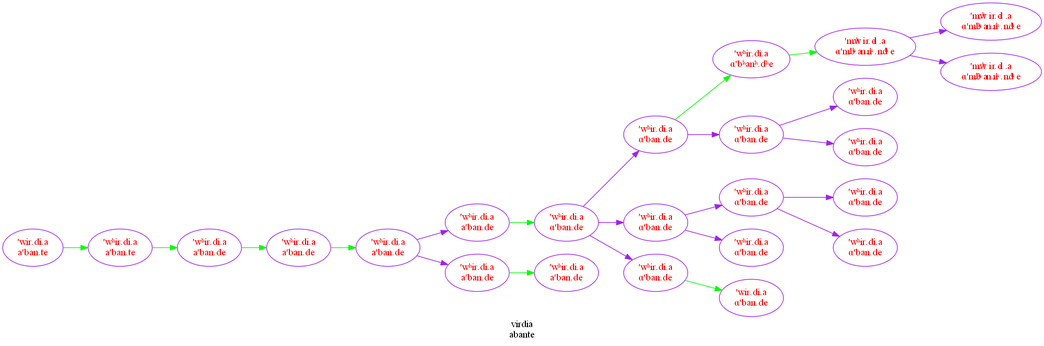
This is graphe.png from MathieuDehouck/Language_Evolution, a Graphviz export, as it was before one commit. Its source is kept beside it as graphe.dot.
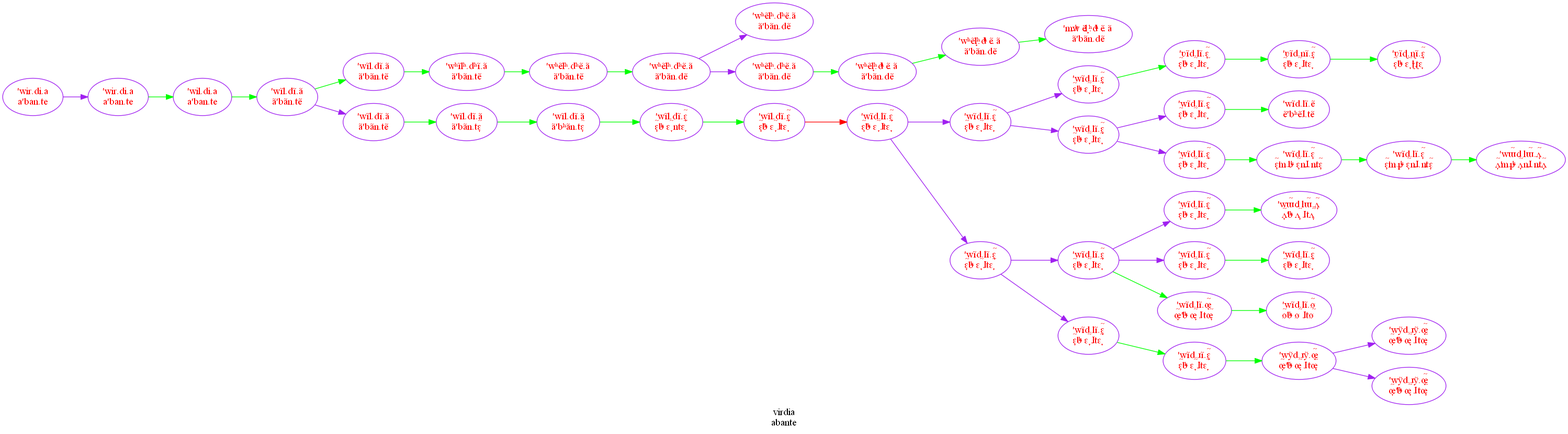
Later version of the same file.

The edit, as a diff of the source:
```diff
@@ -4,75 +4,135 @@
 graph[rankdir="LR"];
 node [style="filled", fillcolor = "white"];
 edge [style="solid", color="purple"];
-0 [label="'wʰir.di.a
-a'ban.de", fillcolor= white, color="purple",  fontcolor="red"];
-1 [label="'wʰir.di.a
-ɑ'bʰanʰ.dʰe", fillcolor= white, color="purple",  fontcolor="red"];
-2 [label="'wʰir.di.a
-a'ban.de", fillcolor= white, color="purple",  fontcolor="red"];
-3 [label="'m͜wʰir.di.a
-ɑ'm͜bʰan͜nʰ.n͜dʰe", fillcolor= white, color="purple",  fontcolor="red"];
-4 [label="'wʰir.di.a
-a'ban.de", fillcolor= white, color="purple",  fontcolor="red"];
-5 [label="'wir.di.a
-ɑ'ban.de", fillcolor= white, color="purple",  fontcolor="red"];
-6 [label="'wʰir.di.a
-ɑ'ban.de", fillcolor= white, color="purple",  fontcolor="red"];
-7 [label="'wir.di.a
+0 [label="'wĩl.dĩ.ã
+ã'bʰãn.tɛ̞̃", fillcolor= white, color="purple",  fontcolor="red"];
+1 [label="'wʰẽlʰ.dʰẽ.ã
+ã'bãn.dẽ", fillcolor= white, color="purple",  fontcolor="red"];
+2 [label="'wĩl.dĩ.ã
+ã'bãn.tẽ", fillcolor= white, color="purple",  fontcolor="red"];
+3 [label="'wĩd.ɹĩ.ɛ̞̃
+ɛ̞̃'bʰɛ̞̃ɺ.tɛ̞̃", fillcolor= white, color="purple",  fontcolor="red"];
+4 [label="'wɯ̃d.lɯ̃.ʌ̞̃
+ʌ̞̃'m͜pʰʌ̞̃n͜ɺ.n͜tʌ̞̃", fillcolor= white, color="purple",  fontcolor="red"];
+5 [label="'wỹd.ɹỹ.œ̞̃
+œ̞̃'bʰœ̞̃ɺ.tœ̞̃", fillcolor= white, color="purple",  fontcolor="red"];
+6 [label="'ʋĩɖ.ɳĩ.ɛ̞̃
+ɛ̞̃'bʰɛ̞̃ɭ̆.ʈɛ̞̃", fillcolor= white, color="purple",  fontcolor="red"];
+7 [label="'wỹd.ɹỹ.œ̞̃
+œ̞̃'bʰœ̞̃ɺ.tœ̞̃", fillcolor= white, color="purple",  fontcolor="red"];
+8 [label="'wĩd.lĩ.ɛ̞̃
+ɛ̞̃'bʰɛ̞̃ɺ.tɛ̞̃", fillcolor= white, color="purple",  fontcolor="red"];
+9 [label="'ʋĩd.lĩ.ɛ̞̃
+ɛ̞̃'bʰɛ̞̃ɺ.tɛ̞̃", fillcolor= white, color="purple",  fontcolor="red"];
+10 [label="'wĩd.lĩ.ɛ̞̃
+ɛ̞̃'bʰɛ̞̃ɺ.tɛ̞̃", fillcolor= white, color="purple",  fontcolor="red"];
+11 [label="'wɯ̃d.lɯ̃.ʌ̞̃
+ʌ̞̃'bʰʌ̞̃ɺ.tʌ̞̃", fillcolor= white, color="purple",  fontcolor="red"];
+12 [label="'wĩd.lĩ.ɛ̞̃
+ɛ̞̃'m͜pʰɛ̞̃n͜ɺ.n͜tɛ̞̃", fillcolor= white, color="purple",  fontcolor="red"];
+13 [label="'wĩl.dĩ.ã
+ã'bãn.tẽ", fillcolor= white, color="purple",  fontcolor="red"];
+14 [label="'wʰẽlʰ.dʰẽ.ã
+ã'bãn.tẽ", fillcolor= white, color="purple",  fontcolor="red"];
+15 [label="'wil.di.a
 a'ban.te", fillcolor= white, color="purple",  fontcolor="red"];
-8 [label="'m͜wʰir.di.a
-ɑ'm͜bʰan͜nʰ.n͜dʰe", fillcolor= white, color="purple",  fontcolor="red"];
-9 [label="'wʰir.di.a
+16 [label="'wir.di.a
 a'ban.te", fillcolor= white, color="purple",  fontcolor="red"];
-10 [label="'wʰir.di.a
-ɑ'ban.de", fillcolor= white, color="purple",  fontcolor="red"];
-11 [label="'wʰir.di.a
-a'ban.de", fillcolor= white, color="purple",  fontcolor="red"];
-12 [label="'wʰir.di.a
-ɑ'ban.de", fillcolor= white, color="purple",  fontcolor="red"];
-13 [label="'wʰir.di.a
-a'ban.de", fillcolor= white, color="purple",  fontcolor="red"];
-14 [label="'wʰir.di.a
-ɑ'ban.de", fillcolor= white, color="purple",  fontcolor="red"];
-15 [label="'wʰir.di.a
-ɑ'ban.de", fillcolor= white, color="purple",  fontcolor="red"];
-16 [label="'wʰir.di.a
-ɑ'ban.de", fillcolor= white, color="purple",  fontcolor="red"];
-17 [label="'wʰir.di.a
-ɑ'ban.de", fillcolor= white, color="purple",  fontcolor="red"];
-18 [label="'wʰir.di.a
-ɑ'ban.de", fillcolor= white, color="purple",  fontcolor="red"];
-19 [label="'wʰir.di.a
-ɑ'ban.de", fillcolor= white, color="purple",  fontcolor="red"];
-20 [label="'wʰir.di.a
-a'ban.de", fillcolor= white, color="purple",  fontcolor="red"];
-21 [label="'m͜wʰir.di.a
-ɑ'm͜bʰan͜nʰ.n͜dʰe", fillcolor= white, color="purple",  fontcolor="red"];
-22 [label="'wʰir.di.a
-ɑ'ban.de", fillcolor= white, color="purple",  fontcolor="red"];
-23 [label="'wʰir.di.a
-ɑ'ban.de", fillcolor= white, color="purple",  fontcolor="red"];
-0 -> 4[style="solid", color="green"];
-2 -> 0[style="solid", color="green"];
-9 -> 2[style="solid", color="green"];
-7 -> 9[style="solid", color="green"];
-11 -> 19[style="solid", color="green"];
-4 -> 11;
-19 -> 6;
-1 -> 21[style="solid", color="green"];
-6 -> 1[style="solid", color="green"];
-6 -> 15;
-19 -> 14;
-14 -> 17;
-21 -> 8;
-21 -> 3;
-15 -> 22;
-15 -> 10;
-17 -> 18;
-17 -> 12;
-14 -> 23;
-16 -> 5[style="solid", color="green"];
-19 -> 16;
-20 -> 13[style="solid", color="green"];
-4 -> 20;
+17 [label="'wĩd.lĩ.ɛ̞̃
+ɛ̞̃'bʰɛ̞̃ɺ.tɛ̞̃", fillcolor= white, color="purple",  fontcolor="red"];
+18 [label="'wĩd.lĩ.ɛ̞̃
+ɛ̞̃'bʰɛ̞̃ɺ.tɛ̞̃", fillcolor= white, color="purple",  fontcolor="red"];
+19 [label="'wʰĩlʰ.dʰĩ.ã
+ã'bãn.tẽ", fillcolor= white, color="purple",  fontcolor="red"];
+20 [label="'ʋĩd.nĩ.ɛ̞̃
+ɛ̞̃'bʰɛ̞̃ɺ.tɛ̞̃", fillcolor= white, color="purple",  fontcolor="red"];
+21 [label="'wĩd.lĩ.ɛ̞̃
+ɛ̞̃'bʰɛ̞̃ɺ.tɛ̞̃", fillcolor= white, color="purple",  fontcolor="red"];
+22 [label="'wĩl.dĩ.ɛ̞̃
+ɛ̞̃'bʰɛ̞̃n.tɛ̞̃", fillcolor= white, color="purple",  fontcolor="red"];
+23 [label="'wĩl.dĩ.ã
+ã'bãn.tẽ", fillcolor= white, color="purple",  fontcolor="red"];
+24 [label="'wĩd.lĩ.ɛ̞̃
+ɛ̞̃'m͜bʰɛ̞̃n͜ɺ.n͜tɛ̞̃", fillcolor= white, color="purple",  fontcolor="red"];
+25 [label="'m͜wʰẽl̟ʰ.dʰẽ.ã
+ã'bãn.dẽ", fillcolor= white, color="purple",  fontcolor="red"];
+26 [label="'wĩd.lĩ.ɛ̞̃
+ɛ̞̃'bʰɛ̞̃ɺ.tɛ̞̃", fillcolor= white, color="purple",  fontcolor="red"];
+27 [label="'wỹd.ɹỹ.œ̞̃
+œ̞̃'bʰœ̞̃ɺ.tœ̞̃", fillcolor= white, color="purple",  fontcolor="red"];
+28 [label="'wĩl.dĩ.ɛ̞̃
+ɛ̞̃'bʰɛ̞̃ɺ.tɛ̞̃", fillcolor= white, color="purple",  fontcolor="red"];
+29 [label="'wĩd.lĩ.ɛ̞̃
+ɛ̞̃'bʰɛ̞̃ɺ.tɛ̞̃", fillcolor= white, color="purple",  fontcolor="red"];
+30 [label="'wĩd.lĩ.ɛ̞̃
+ɛ̞̃'bʰɛ̞̃ɺ.tɛ̞̃", fillcolor= white, color="purple",  fontcolor="red"];
+31 [label="'wĩd.lĩ.ø̃
+ø̃'bʰø̃ɺ.tø̃", fillcolor= white, color="purple",  fontcolor="red"];
+32 [label="'wĩl.dĩ.ã
+ã'bãn.tɛ̞̃", fillcolor= white, color="purple",  fontcolor="red"];
+33 [label="'wĩd.lĩ.ɛ̞̃
+ɛ̞̃'bʰɛ̞̃ɺ.tɛ̞̃", fillcolor= white, color="purple",  fontcolor="red"];
+34 [label="'wʰẽlʰ.dʰẽ.ã
+ã'bãn.dẽ", fillcolor= white, color="purple",  fontcolor="red"];
+35 [label="'wĩd.lĩ.ɛ̞̃
+ɛ̞̃'bʰɛ̞̃ɺ.tɛ̞̃", fillcolor= white, color="purple",  fontcolor="red"];
+36 [label="'wĩd.lĩ.ẽ
+ẽ'bʰẽɺ.tẽ", fillcolor= white, color="purple",  fontcolor="red"];
+37 [label="'wʰẽl̟ʰ.dʰẽ.ã
+ã'bãn.dẽ", fillcolor= white, color="purple",  fontcolor="red"];
+38 [label="'wʰẽl̟ʰ.dʰẽ.ã
+ã'bãn.dẽ", fillcolor= white, color="purple",  fontcolor="red"];
+39 [label="'wĩd.lĩ.œ̞̃
+œ̞̃'bʰœ̞̃ɺ.tœ̞̃", fillcolor= white, color="purple",  fontcolor="red"];
+40 [label="'wʰẽlʰ.dʰẽ.ã
+ã'bãn.dẽ", fillcolor= white, color="purple",  fontcolor="red"];
+41 [label="'wĩd.lĩ.ɛ̞̃
+ɛ̞̃'bʰɛ̞̃ɺ.tɛ̞̃", fillcolor= white, color="purple",  fontcolor="red"];
+42 [label="'wir.di.a
+a'ban.te", fillcolor= white, color="purple",  fontcolor="red"];
+43 [label="'wĩd.lĩ.ɛ̞̃
+ɛ̞̃'bʰɛ̞̃ɺ.tɛ̞̃", fillcolor= white, color="purple",  fontcolor="red"];
+15 -> 13[style="solid", color="green"];
+16 -> 15[style="solid", color="green"];
+42 -> 16;
+28 -> 26[style="solid", color="red"];
+22 -> 28[style="solid", color="green"];
+0 -> 22[style="solid", color="green"];
+32 -> 0[style="solid", color="green"];
+23 -> 32[style="solid", color="green"];
+13 -> 23;
+26 -> 33;
+3 -> 5[style="solid", color="green"];
+17 -> 3[style="solid", color="green"];
+33 -> 17;
+33 -> 10;
+26 -> 18;
+18 -> 30;
+14 -> 34[style="solid", color="green"];
+19 -> 14[style="solid", color="green"];
+2 -> 19[style="solid", color="green"];
+13 -> 2[style="solid", color="green"];
+5 -> 7;
+5 -> 27;
+39 -> 31[style="solid", color="green"];
+10 -> 39[style="solid", color="green"];
+29 -> 11[style="solid", color="green"];
+10 -> 29;
+35 -> 8[style="solid", color="green"];
+10 -> 35;
+12 -> 4[style="solid", color="green"];
+24 -> 12[style="solid", color="green"];
+43 -> 24[style="solid", color="green"];
+30 -> 43;
+41 -> 36[style="solid", color="green"];
+30 -> 41;
+20 -> 6[style="solid", color="green"];
+9 -> 20[style="solid", color="green"];
+21 -> 9[style="solid", color="green"];
+18 -> 21;
+34 -> 1;
+37 -> 25[style="solid", color="green"];
+38 -> 37[style="solid", color="green"];
+40 -> 38[style="solid", color="green"];
+34 -> 40;
 }
```
